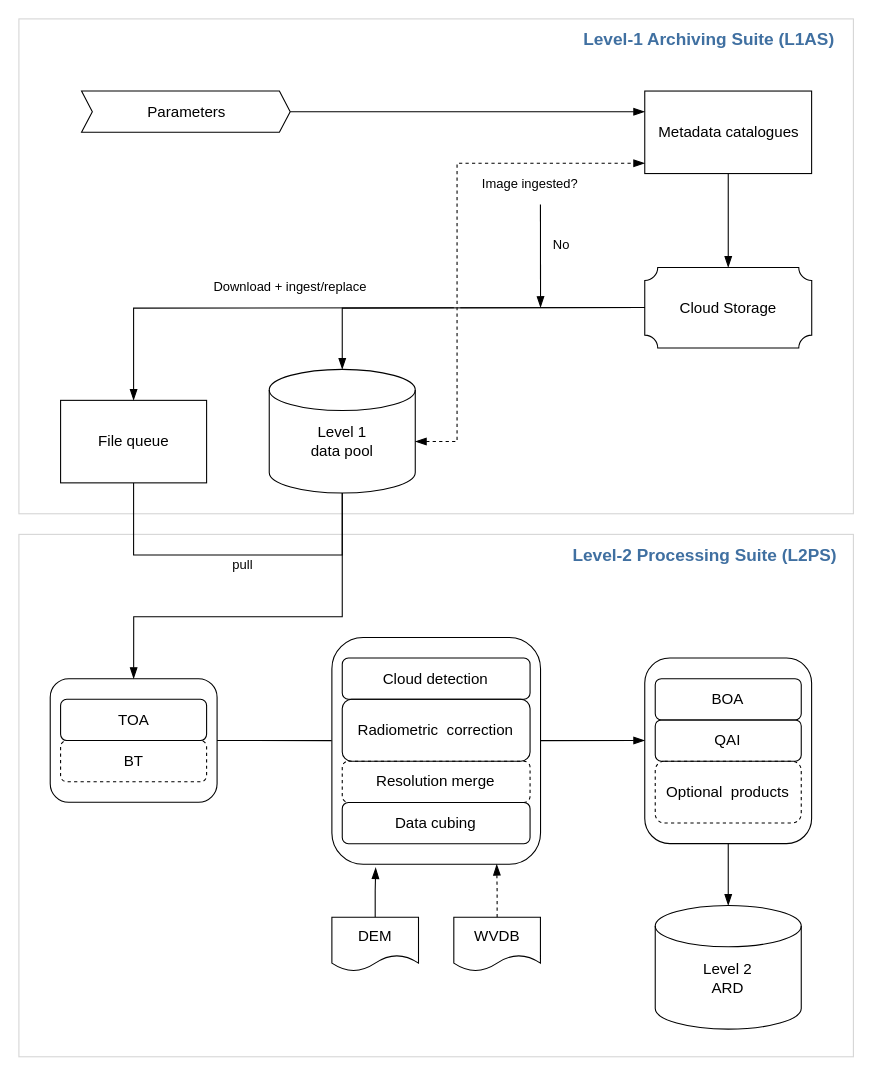
The draw.io diagram source/figures/drawio/force.drawio in maawoo/TDC_thesis, before the edit. Source tidied: cells renumbered, new cells numbered last; positions are measured from the earlier drawing's top-left corner, leaving out a move shared by most shapes. Both pictures are drawn from the tidied source at 108%, with x=0, y=0 at pixel (18, 18).
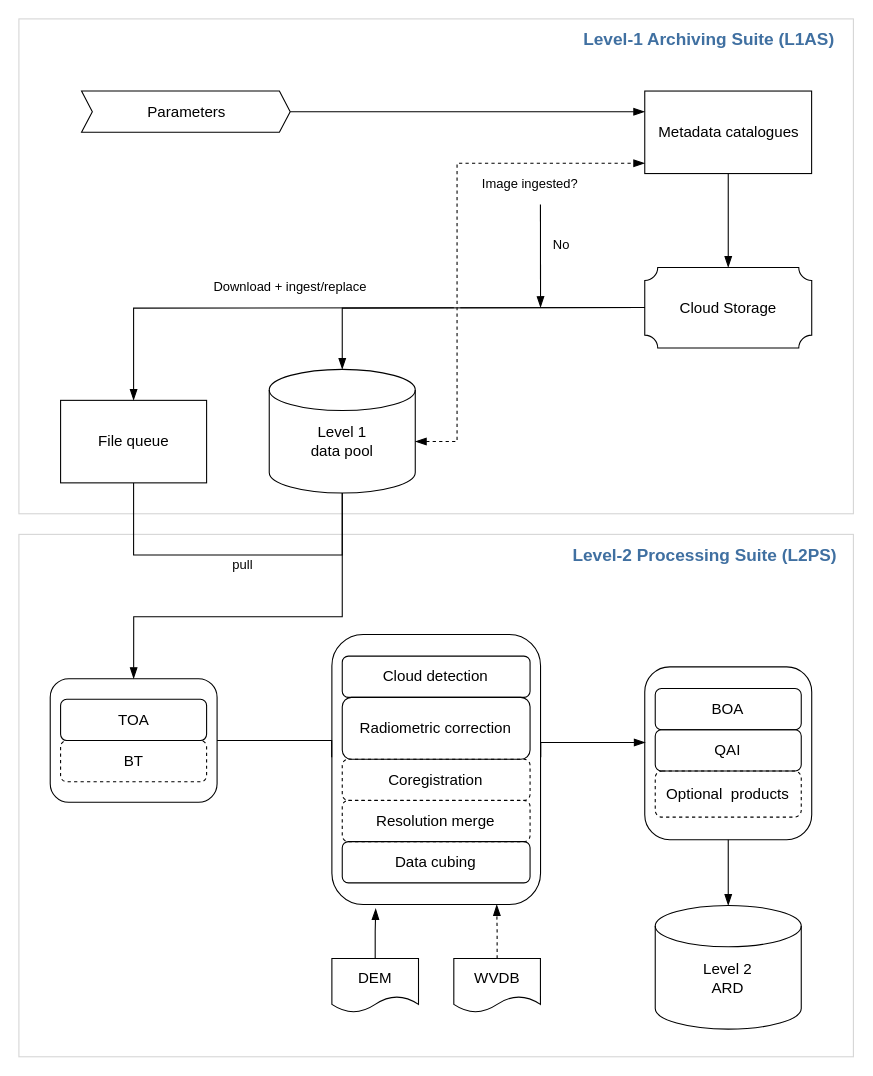
Above is the later version.

The change refers to these unchanged cells:
```xml
<mxCell id="5" style="rounded=1;whiteSpace=wrap;html=1;" parent="1" vertex="1">
  <mxGeometry x="29" y="610.9" width="154.5" height="114.5" as="geometry" />
</mxCell>
```

What changed in the source:
```diff
@@
     <mxCell id="3" style="rounded=1;whiteSpace=wrap;html=1;" parent="1" vertex="1">
-      <mxGeometry x="579.5" y="591.8" width="154.5" height="171.8" as="geometry" />
+      <mxGeometry x="579.5" y="600" width="154.6" height="160" as="geometry" />
     </mxCell>
     <mxCell id="4" style="rounded=1;whiteSpace=wrap;html=1;" parent="1" vertex="1">
-      <mxGeometry x="289.8" y="572.7" width="193.2" height="210" as="geometry" />
+      <mxGeometry x="289.8" y="570" width="193.2" height="250" as="geometry" />
     </mxCell>
@@
     <mxCell id="28" value="&lt;font style=&quot;font-size: 14px&quot;&gt;Cloud detection&lt;/font&gt;" style="rounded=1;whiteSpace=wrap;html=1;fillColor=none;" parent="1" vertex="1">
-      <mxGeometry x="299.4" y="591.8" width="173.9" height="38.2" as="geometry" />
+      <mxGeometry x="299.4" y="590" width="173.9" height="38.2" as="geometry" />
     </mxCell>
     <mxCell id="29" value="&lt;font style=&quot;font-size: 14px&quot;&gt;Resolution merge&lt;/font&gt;" style="rounded=1;whiteSpace=wrap;html=1;fillColor=none;dashed=1;" parent="1" vertex="1">
-      <mxGeometry x="299.4" y="687.3" width="173.9" height="38.2" as="geometry" />
+      <mxGeometry x="299.4" y="723.6" width="173.9" height="38.2" as="geometry" />
     </mxCell>
-    <mxCell id="30" value="&lt;font style=&quot;font-size: 14px&quot;&gt;Radiometric&amp;nbsp; correction&lt;/font&gt;" style="rounded=1;whiteSpace=wrap;html=1;fillColor=none;" parent="1" vertex="1">
-      <mxGeometry x="299.4" y="630" width="173.9" height="57.3" as="geometry" />
+    <mxCell id="30" value="&lt;font style=&quot;font-size: 14px&quot;&gt;Radiometric correction&lt;/font&gt;" style="rounded=1;whiteSpace=wrap;html=1;fillColor=none;" parent="1" vertex="1">
+      <mxGeometry x="299.4" y="628.2" width="173.9" height="57.3" as="geometry" />
     </mxCell>
     <mxCell id="31" value="&lt;font style=&quot;font-size: 14px&quot;&gt;Data cubing&lt;/font&gt;" style="rounded=1;whiteSpace=wrap;html=1;fillColor=none;" parent="1" vertex="1">
-      <mxGeometry x="299.4" y="725.5" width="173.9" height="38.2" as="geometry" />
+      <mxGeometry x="299.4" y="761.8" width="173.9" height="38.2" as="geometry" />
     </mxCell>
@@
     <mxCell id="33" value="&lt;font style=&quot;font-size: 14px&quot;&gt;BOA&lt;/font&gt;" style="rounded=1;whiteSpace=wrap;html=1;fillColor=none;" parent="1" vertex="1">
-      <mxGeometry x="589.2" y="610.9" width="135.2" height="38.2" as="geometry" />
+      <mxGeometry x="589.2" y="620" width="135.2" height="38.2" as="geometry" />
     </mxCell>
     <mxCell id="34" value="&lt;font style=&quot;font-size: 14px&quot;&gt;QAI&lt;/font&gt;" style="rounded=1;whiteSpace=wrap;html=1;fillColor=none;" parent="1" vertex="1">
-      <mxGeometry x="589.2" y="649.1" width="135.2" height="38.2" as="geometry" />
+      <mxGeometry x="589.2" y="658.2" width="135.2" height="38.2" as="geometry" />
     </mxCell>
     <mxCell id="35" value="&lt;font style=&quot;font-size: 14px&quot;&gt;Optional&amp;nbsp; products&lt;/font&gt;" style="rounded=1;whiteSpace=wrap;html=1;fillColor=none;dashed=1;" parent="1" vertex="1">
-      <mxGeometry x="589.2" y="687.3" width="135.2" height="57.3" as="geometry" />
+      <mxGeometry x="589.2" y="696.4" width="135.2" height="42.7" as="geometry" />
     </mxCell>
@@
-    <mxCell id="39" style="edgeStyle=orthogonalEdgeStyle;rounded=0;jumpStyle=gap;jettySize=auto;html=1;entryX=0;entryY=0.444;entryDx=0;entryDy=0;startArrow=none;startFill=0;endArrow=blockThin;endFill=1;exitX=1.001;exitY=0.455;exitDx=0;exitDy=0;exitPerimeter=0;entryPerimeter=0;endSize=8;" parent="1" edge="1" source="4" target="3">
+    <mxCell id="39" style="edgeStyle=orthogonalEdgeStyle;rounded=0;jumpStyle=gap;jettySize=auto;html=1;startArrow=none;startFill=0;endArrow=blockThin;endFill=1;exitX=1.001;exitY=0.455;exitDx=0;exitDy=0;exitPerimeter=0;endSize=8;" parent="1" edge="1" source="4">
       <mxGeometry x="-18.6" y="1.8" as="geometry">
+        <mxPoint x="580" y="670" as="targetPoint" />
         <Array as="points">
-          <mxPoint x="531.2" y="668.2" />
-          <mxPoint x="579.5" y="668.2" />
+          <mxPoint x="483" y="670" />
+          <mxPoint x="580" y="670" />
         </Array>
       </mxGeometry>
     </mxCell>
@@
     <mxCell id="41" style="edgeStyle=orthogonalEdgeStyle;rounded=0;jumpStyle=gap;jettySize=auto;html=1;entryX=-0.001;entryY=0.455;entryDx=0;entryDy=0;entryPerimeter=0;startArrow=none;startFill=0;endArrow=none;endFill=0;" parent="1" edge="1" source="5" target="4">
-      <mxGeometry x="-18.6" y="1.8" as="geometry" />
+      <mxGeometry x="-18.6" y="1.8" as="geometry">
+        <Array as="points">
+          <mxPoint x="290" y="668" />
+        </Array>
+      </mxGeometry>
     </mxCell>
@@
     <mxCell id="43" value="&lt;font style=&quot;font-size: 14px&quot;&gt;DEM&lt;/font&gt;" style="shape=document;whiteSpace=wrap;html=1;boundedLbl=1;" parent="1" vertex="1">
-      <mxGeometry x="289.8" y="831.8" width="80.2" height="50" as="geometry" />
+      <mxGeometry x="289.8" y="870" width="80.2" height="50" as="geometry" />
     </mxCell>
@@
     <mxCell id="45" value="&lt;font style=&quot;font-size: 14px&quot;&gt;WVDB&lt;/font&gt;" style="shape=document;whiteSpace=wrap;html=1;boundedLbl=1;" parent="1" vertex="1">
-      <mxGeometry x="402.7" y="831.8" width="80.2" height="50" as="geometry" />
+      <mxGeometry x="402.7" y="870" width="80.2" height="50" as="geometry" />
     </mxCell>
+    <mxCell id="46" value="&lt;font style=&quot;font-size: 14px&quot;&gt;Coregistration&lt;/font&gt;" style="rounded=1;whiteSpace=wrap;html=1;fillColor=none;dashed=1;" parent="1" vertex="1">
+      <mxGeometry x="299.4" y="685.5" width="173.9" height="38.2" as="geometry" />
+    </mxCell>
```
